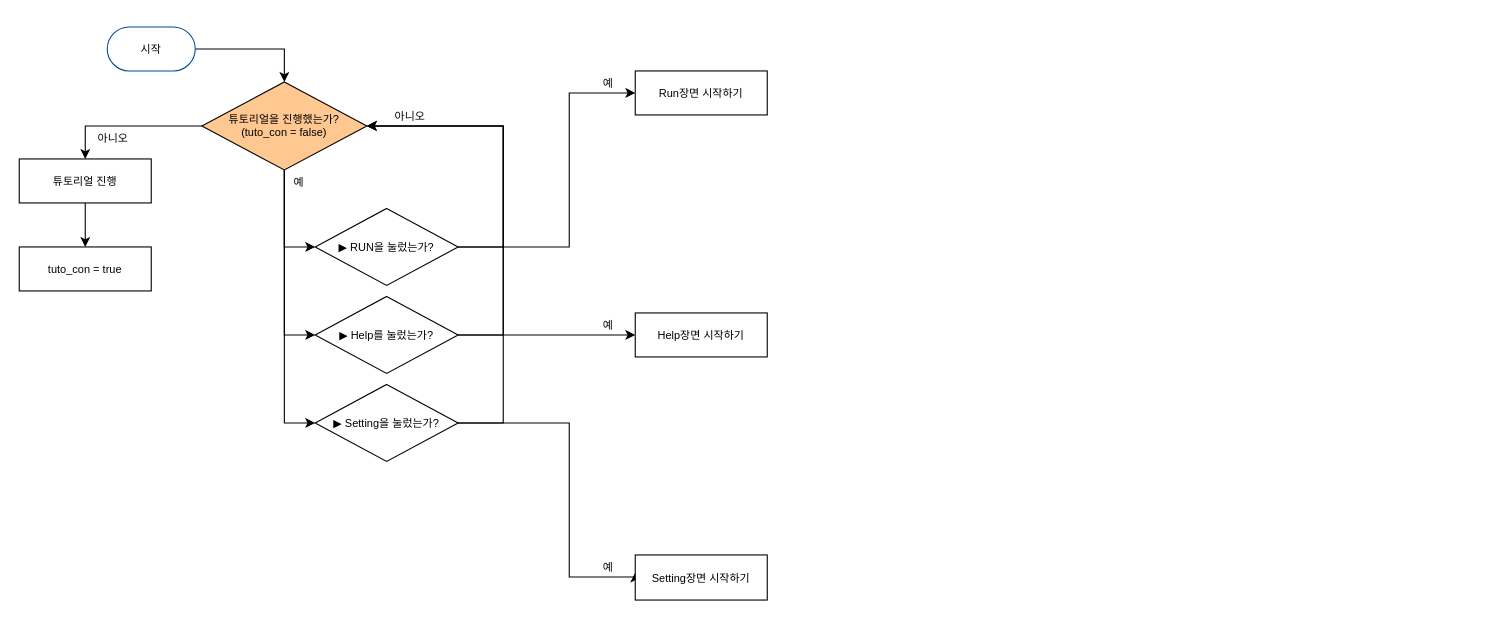
Earlier version of the draw.io diagram AngleFunction_Circle.drawio (Applepie072/Draw.io). Source tidied: cells renumbered, new cells numbered last; positions are measured from the earlier drawing's top-left corner, leaving out a move shared by most shapes. Both pictures are drawn from the tidied source at 110%, with x=0, y=0 at pixel (19, 26).
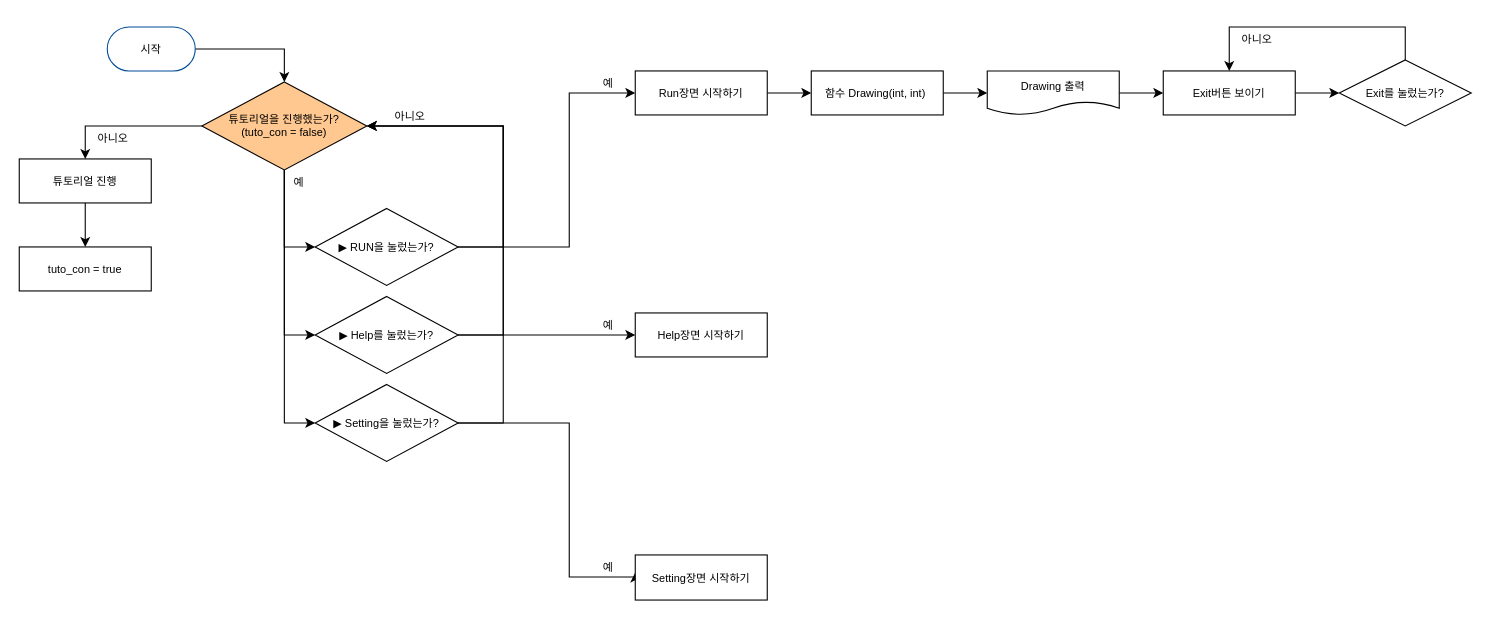
The same diagram, later.

Unchanged cells that the change refers to:
```xml
<mxCell id="24" value="&lt;font style=&quot;font-size: 10px;&quot;&gt;Run장면 시작하기&lt;/font&gt;" style="whiteSpace=wrap;html=1;fontSize=10;" parent="1" vertex="1">
  <mxGeometry x="560" y="40" width="120" height="40" as="geometry" />
</mxCell>
```

The edit, as a diff of the source:
```diff
@@
+    <mxCell id="30" style="edgeStyle=orthogonalEdgeStyle;rounded=0;jettySize=auto;html=1;" parent="1" edge="1" source="24" target="32">
+      <mxGeometry relative="1" as="geometry" />
+    </mxCell>
@@
+    <mxCell id="31" style="edgeStyle=orthogonalEdgeStyle;rounded=0;jettySize=auto;html=1;entryX=0;entryY=0.5;entryDx=0;entryDy=0;" parent="1" edge="1" source="32" target="34">
+      <mxGeometry relative="1" as="geometry" />
+    </mxCell>
+    <mxCell id="32" value="함수 Drawing(int, int)&amp;nbsp;" style="whiteSpace=wrap;html=1;fontSize=10;" parent="1" vertex="1">
+      <mxGeometry x="720" y="40" width="120" height="40" as="geometry" />
+    </mxCell>
+    <mxCell id="33" style="edgeStyle=orthogonalEdgeStyle;rounded=0;jettySize=auto;html=1;fontSize=10;" parent="1" edge="1" source="34" target="38">
+      <mxGeometry relative="1" as="geometry" />
+    </mxCell>
+    <mxCell id="34" value="&lt;font style=&quot;font-size: 10px;&quot;&gt;Drawing 출력&lt;/font&gt;" style="shape=document;whiteSpace=wrap;html=1;boundedLbl=1;" parent="1" vertex="1">
+      <mxGeometry x="880" y="40" width="120" height="40" as="geometry" />
+    </mxCell>
+    <mxCell id="35" style="edgeStyle=orthogonalEdgeStyle;rounded=0;jettySize=auto;html=1;entryX=0.5;entryY=0;entryDx=0;entryDy=0;fontSize=10;" parent="1" edge="1" source="36" target="38">
+      <mxGeometry relative="1" as="geometry">
+        <Array as="points">
+          <mxPoint x="1260" />
+          <mxPoint x="1100" />
+        </Array>
+      </mxGeometry>
+    </mxCell>
+    <mxCell id="36" value="&lt;font style=&quot;font-size: 10px;&quot;&gt;Exit를 눌렀는가?&lt;/font&gt;" style="rhombus;whiteSpace=wrap;html=1;" parent="1" vertex="1">
+      <mxGeometry x="1200" y="30" width="120" height="60" as="geometry" />
+    </mxCell>
+    <mxCell id="37" style="edgeStyle=orthogonalEdgeStyle;rounded=0;jettySize=auto;html=1;fontSize=10;" parent="1" edge="1" source="38" target="36">
+      <mxGeometry relative="1" as="geometry" />
+    </mxCell>
+    <mxCell id="38" value="&lt;font style=&quot;font-size: 10px;&quot;&gt;Exit버튼 보이기&lt;/font&gt;" style="whiteSpace=wrap;html=1;" parent="1" vertex="1">
+      <mxGeometry x="1040" y="40" width="120" height="40" as="geometry" />
+    </mxCell>
+    <mxCell id="39" value="아니오" style="text;html=1;align=center;verticalAlign=middle;strokeColor=none;fillColor=none;fontSize=10;fontFamily=Tahoma;" parent="1" vertex="1">
+      <mxGeometry x="1100" width="50" height="20" as="geometry" />
+    </mxCell>
```
